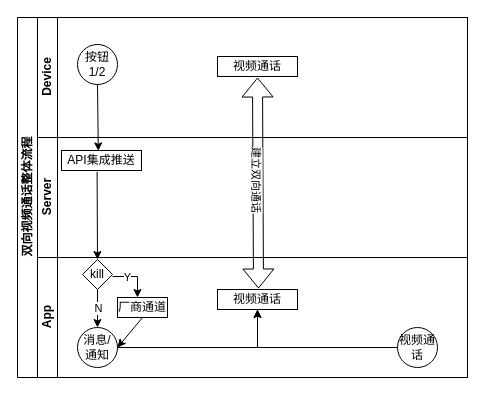
This is cloudbirds/双向视频通话整体流程.drawio from luoyongshun/framework, a draw.io file, before an edit. Source tidied: cells renumbered, new cells numbered last; positions are measured from the earlier drawing's top-left corner, leaving out a move shared by most shapes. Both pictures are drawn from the tidied source at 100%, with x=0, y=0 at pixel (17, 17).
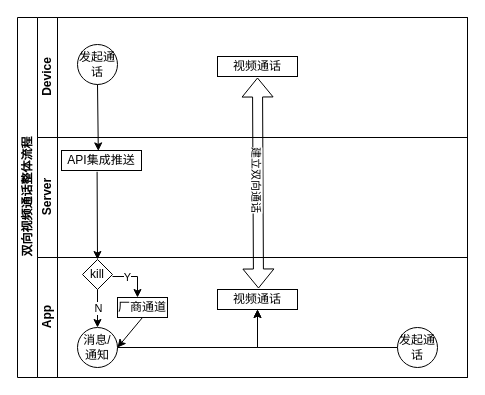
The same diagram, later.

Commit message:
更新双向视频通话整体流程.drawio

The change refers to these unchanged cells:
```xml
<mxCell id="3" value="Device" style="swimlane;html=1;startSize=20;horizontal=0;" parent="2" vertex="1">
  <mxGeometry x="20" width="430" height="120" as="geometry" />
</mxCell>
<mxCell id="8" value="App" style="swimlane;html=1;startSize=20;horizontal=0;" parent="2" vertex="1">
  <mxGeometry x="20" y="240" width="430" height="120" as="geometry" />
</mxCell>
```

What changed in the source:
```diff
@@
-    <mxCell id="4" value="按钮1/2" style="ellipse;whiteSpace=wrap;html=1;" parent="3" vertex="1">
+    <mxCell id="4" value="发起通话" style="ellipse;whiteSpace=wrap;html=1;" parent="3" vertex="1">
       <mxGeometry x="40" y="27" width="40" height="40" as="geometry" />
     </mxCell>
@@
-    <mxCell id="21" value="视频通话" style="ellipse;whiteSpace=wrap;html=1;" parent="8" vertex="1">
+    <mxCell id="21" value="发起通话" style="ellipse;whiteSpace=wrap;html=1;" parent="8" vertex="1">
       <mxGeometry x="360" y="70" width="40" height="40" as="geometry" />
     </mxCell>
```
